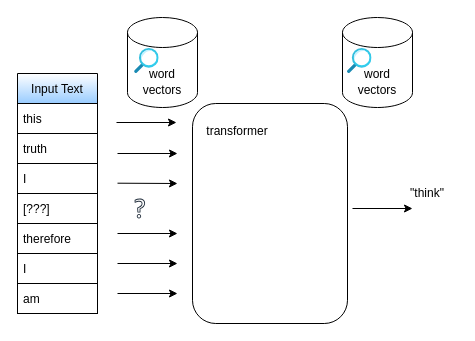
Before: images/transformer-from-word2vec.drawio in vackosar/vackosar.github.io, a draw.io diagram. Source tidied: cells renumbered, new cells numbered last; positions are measured from the earlier drawing's top-left corner, leaving out a move shared by most shapes. Both pictures are drawn from the tidied source at 100%, with x=0, y=0 at pixel (17, 17).
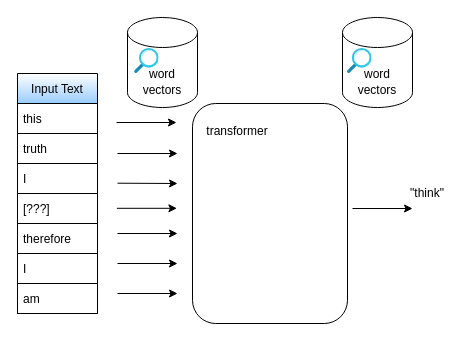
Above is the later version.

The edit, as a diff of the source:
```diff
@@
-    <mxCell id="22" style="sketch=0;fontColor=#232F3E;gradientColor=none;fillColor=#232F3D;strokeColor=none;dashed=0;verticalLabelPosition=bottom;verticalAlign=top;align=center;html=1;fontSize=12;fontStyle=0;shape=mxgraph.aws4.question;" parent="1" vertex="1">
-      <mxGeometry x="117.1" y="181" width="10.5" height="20" as="geometry" />
-    </mxCell>
@@
+    <mxCell id="27" style="endArrow=classic;html=1;rounded=0;" parent="1" edge="1">
+      <mxGeometry relative="1" as="geometry">
+        <mxPoint x="99.4" y="190.8" as="sourcePoint" />
+        <mxPoint x="159.4" y="190.8" as="targetPoint" />
+      </mxGeometry>
+    </mxCell>
```
